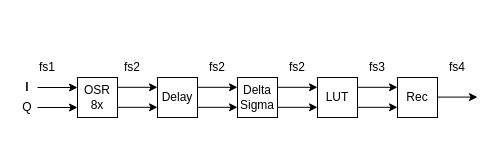
Before: resources/arhitektura_sistema.drawio in urosminoski/All-Digital-RF-Transmitter-in-FPGA-master-, a draw.io diagram. Source tidied: cells renumbered, new cells numbered last; positions are measured from the earlier drawing's top-left corner, leaving out a move shared by most shapes. Both pictures are drawn from the tidied source at 100%, with x=0, y=0 at pixel (17, 57).
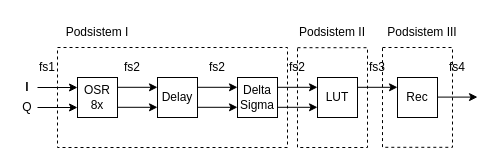
Above is the later version.

Diff of the diagram source:
```diff
@@
-    <mxCell id="19" style="endArrow=classic;html=1;rounded=0;" parent="1" edge="1">
-      <mxGeometry relative="1" as="geometry">
-        <mxPoint x="340" y="49.8" as="sourcePoint" />
-        <mxPoint x="380" y="49.8" as="targetPoint" />
-      </mxGeometry>
-    </mxCell>
@@
+    <mxCell id="27" style="rounded=0;whiteSpace=wrap;html=1;fillColor=none;dashed=1;" parent="1" vertex="1">
+      <mxGeometry x="40" y="-10" width="230" height="100" as="geometry" />
+    </mxCell>
+    <mxCell id="28" style="rounded=0;whiteSpace=wrap;html=1;fillColor=none;dashed=1;" parent="1" vertex="1">
+      <mxGeometry x="280" y="-9.8" width="70" height="99.8" as="geometry" />
+    </mxCell>
+    <mxCell id="29" value="Podsistem I" style="text;html=1;align=center;verticalAlign=middle;whiteSpace=wrap;rounded=0;" parent="1" vertex="1">
+      <mxGeometry x="40" y="-40" width="80" height="30" as="geometry" />
+    </mxCell>
+    <mxCell id="30" value="Podsistem II" style="text;html=1;align=center;verticalAlign=middle;whiteSpace=wrap;rounded=0;" parent="1" vertex="1">
+      <mxGeometry x="275" y="-39.8" width="80" height="30" as="geometry" />
+    </mxCell>
+    <mxCell id="31" style="rounded=0;whiteSpace=wrap;html=1;fillColor=none;dashed=1;" parent="1" vertex="1">
+      <mxGeometry x="365" y="-10" width="70" height="99.8" as="geometry" />
+    </mxCell>
+    <mxCell id="32" value="Podsistem III" style="text;html=1;align=center;verticalAlign=middle;whiteSpace=wrap;rounded=0;" parent="1" vertex="1">
+      <mxGeometry x="365" y="-40" width="80" height="30" as="geometry" />
+    </mxCell>
```
